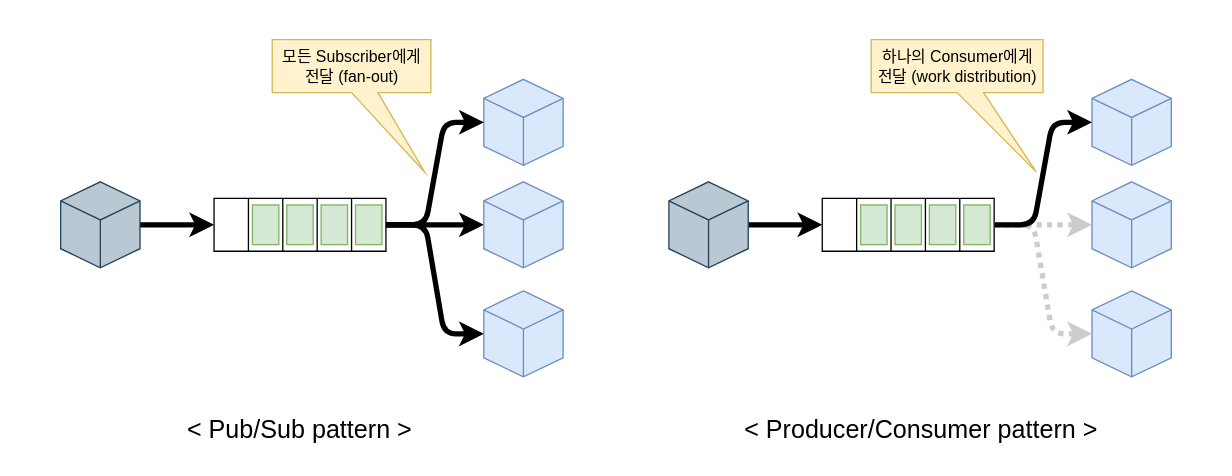
Before: content/전산/공부/Publisher-Subscriber vs. Producer-Consumer.svg, a diagram exported from draw.io (reddiana/reddiana.github.io). Source tidied: cells renumbered, new cells last; positions are measured from the earlier drawing's top-left corner, leaving out a move shared by most shapes. Its diagram source:
```xml
<mxGraphModel background="#B3B3B3">
  <root>
    <mxCell id="0" />
    <mxCell id="1" parent="0" />
    <mxCell id="2" style="rounded=0;whiteSpace=wrap;html=1;strokeColor=none;" parent="1" vertex="1">
      <mxGeometry width="880" height="340" as="geometry" />
    </mxCell>
    <mxCell id="3" style="edgeStyle=entityRelationEdgeStyle;rounded=1;html=1;labelBackgroundColor=default;strokeColor=default;align=center;verticalAlign=middle;fontFamily=Helvetica;fontSize=11;fontColor=default;endArrow=classic;strokeWidth=4;" parent="1" edge="1" source="4" target="15">
      <mxGeometry relative="1" as="geometry" />
    </mxCell>
    <mxCell id="4" style="shape=table;startSize=0;" parent="1" vertex="1">
      <mxGeometry x="136" y="140" width="130" height="40" as="geometry" />
    </mxCell>
    <mxCell id="5" style="shape=tableRow;horizontal=0;startSize=0;swimlaneHead=0;swimlaneBody=0;strokeColor=inherit;top=0;left=0;bottom=0;right=0;fillColor=none;points=[[0,0.5],[1,0.5]];portConstraint=eastwest;" parent="4" vertex="1">
      <mxGeometry width="130" height="40" as="geometry" />
    </mxCell>
    <mxCell id="6" style="shape=partialRectangle;html=1;whiteSpace=wrap;strokeColor=inherit;overflow=hidden;fillColor=none;top=0;left=0;bottom=0;right=0;" parent="5" vertex="1">
      <mxGeometry width="26" height="40" as="geometry" />
    </mxCell>
    <mxCell id="7" style="shape=partialRectangle;html=1;whiteSpace=wrap;strokeColor=inherit;overflow=hidden;fillColor=none;top=0;left=0;bottom=0;right=0;" parent="5" vertex="1">
      <mxGeometry x="26" width="26" height="40" as="geometry" />
    </mxCell>
    <mxCell id="8" style="shape=partialRectangle;html=1;whiteSpace=wrap;strokeColor=inherit;overflow=hidden;fillColor=none;top=0;left=0;bottom=0;right=0;" parent="5" vertex="1">
      <mxGeometry x="52" width="26" height="40" as="geometry" />
    </mxCell>
    <mxCell id="9" style="shape=partialRectangle;html=1;whiteSpace=wrap;strokeColor=inherit;overflow=hidden;fillColor=none;top=0;left=0;bottom=0;right=0;" parent="5" vertex="1">
      <mxGeometry x="78" width="26" height="40" as="geometry" />
    </mxCell>
    <mxCell id="10" style="shape=partialRectangle;html=1;whiteSpace=wrap;strokeColor=inherit;overflow=hidden;fillColor=none;top=0;left=0;bottom=0;right=0;" parent="5" vertex="1">
      <mxGeometry x="104" width="26" height="40" as="geometry" />
    </mxCell>
    <mxCell id="11" style="rounded=0;whiteSpace=wrap;html=1;fillColor=#d5e8d4;strokeColor=#82b366;" parent="1" vertex="1">
      <mxGeometry x="191" y="145" width="20" height="30" as="geometry" />
    </mxCell>
    <mxCell id="12" style="rounded=0;whiteSpace=wrap;html=1;fillColor=#d5e8d4;strokeColor=#82b366;" parent="1" vertex="1">
      <mxGeometry x="217" y="145" width="20" height="30" as="geometry" />
    </mxCell>
    <mxCell id="13" style="rounded=0;whiteSpace=wrap;html=1;fillColor=#d5e8d4;strokeColor=#82b366;" parent="1" vertex="1">
      <mxGeometry x="243" y="145" width="20" height="30" as="geometry" />
    </mxCell>
    <mxCell id="14" style="html=1;whiteSpace=wrap;shape=isoCube2;backgroundOutline=1;isoAngle=15;fillColor=#dae8fc;strokeColor=#6c8ebf;" parent="1" vertex="1">
      <mxGeometry x="340" y="50" width="60" height="65" as="geometry" />
    </mxCell>
    <mxCell id="15" style="html=1;whiteSpace=wrap;shape=isoCube2;backgroundOutline=1;isoAngle=15;fillColor=#dae8fc;strokeColor=#6c8ebf;" parent="1" vertex="1">
      <mxGeometry x="340" y="127.5" width="60" height="65" as="geometry" />
    </mxCell>
    <mxCell id="16" style="html=1;whiteSpace=wrap;shape=isoCube2;backgroundOutline=1;isoAngle=15;fillColor=#dae8fc;strokeColor=#6c8ebf;" parent="1" vertex="1">
      <mxGeometry x="340" y="210" width="60" height="65" as="geometry" />
    </mxCell>
    <mxCell id="17" style="edgeStyle=entityRelationEdgeStyle;html=1;strokeWidth=4;" parent="1" edge="1" source="5" target="14">
      <mxGeometry relative="1" as="geometry" />
    </mxCell>
    <mxCell id="18" style="edgeStyle=entityRelationEdgeStyle;rounded=1;html=1;labelBackgroundColor=default;strokeColor=default;align=center;verticalAlign=middle;fontFamily=Helvetica;fontSize=11;fontColor=default;endArrow=classic;strokeWidth=4;" parent="1" edge="1" source="5" target="16">
      <mxGeometry relative="1" as="geometry" />
    </mxCell>
    <mxCell id="19" style="edgeStyle=entityRelationEdgeStyle;shape=connector;rounded=1;html=1;labelBackgroundColor=default;strokeColor=default;strokeWidth=4;align=center;verticalAlign=middle;fontFamily=Helvetica;fontSize=11;fontColor=default;endArrow=classic;" parent="1" edge="1" source="20" target="5">
      <mxGeometry relative="1" as="geometry" />
    </mxCell>
    <mxCell id="20" style="html=1;whiteSpace=wrap;shape=isoCube2;backgroundOutline=1;isoAngle=15;fillColor=#bac8d3;strokeColor=#23445d;" parent="1" vertex="1">
      <mxGeometry x="20" y="127.5" width="60" height="65" as="geometry" />
    </mxCell>
    <mxCell id="21" style="rounded=0;whiteSpace=wrap;html=1;fillColor=#d5e8d4;strokeColor=#82b366;" parent="1" vertex="1">
      <mxGeometry x="165" y="145" width="20" height="30" as="geometry" />
    </mxCell>
    <mxCell id="22" style="edgeStyle=entityRelationEdgeStyle;rounded=1;html=1;labelBackgroundColor=default;strokeColor=#CCCCCC;align=center;verticalAlign=middle;fontFamily=Helvetica;fontSize=11;fontColor=default;endArrow=classic;strokeWidth=4;fillColor=#d5e8d4;dashed=1;dashPattern=1 1;" parent="1" edge="1" source="23" target="34">
      <mxGeometry relative="1" as="geometry" />
    </mxCell>
    <mxCell id="23" style="shape=table;startSize=0;" parent="1" vertex="1">
      <mxGeometry x="596" y="140" width="130" height="40" as="geometry" />
    </mxCell>
    <mxCell id="24" style="shape=tableRow;horizontal=0;startSize=0;swimlaneHead=0;swimlaneBody=0;strokeColor=inherit;top=0;left=0;bottom=0;right=0;fillColor=none;points=[[0,0.5],[1,0.5]];portConstraint=eastwest;" parent="23" vertex="1">
      <mxGeometry width="130" height="40" as="geometry" />
    </mxCell>
    <mxCell id="25" style="shape=partialRectangle;html=1;whiteSpace=wrap;strokeColor=inherit;overflow=hidden;fillColor=none;top=0;left=0;bottom=0;right=0;" parent="24" vertex="1">
      <mxGeometry width="26" height="40" as="geometry" />
    </mxCell>
    <mxCell id="26" style="shape=partialRectangle;html=1;whiteSpace=wrap;strokeColor=inherit;overflow=hidden;fillColor=none;top=0;left=0;bottom=0;right=0;" parent="24" vertex="1">
      <mxGeometry x="26" width="26" height="40" as="geometry" />
    </mxCell>
    <mxCell id="27" style="shape=partialRectangle;html=1;whiteSpace=wrap;strokeColor=inherit;overflow=hidden;fillColor=none;top=0;left=0;bottom=0;right=0;" parent="24" vertex="1">
      <mxGeometry x="52" width="26" height="40" as="geometry" />
    </mxCell>
    <mxCell id="28" style="shape=partialRectangle;html=1;whiteSpace=wrap;strokeColor=inherit;overflow=hidden;fillColor=none;top=0;left=0;bottom=0;right=0;" parent="24" vertex="1">
      <mxGeometry x="78" width="26" height="40" as="geometry" />
    </mxCell>
    <mxCell id="29" style="shape=partialRectangle;html=1;whiteSpace=wrap;strokeColor=inherit;overflow=hidden;fillColor=none;top=0;left=0;bottom=0;right=0;" parent="24" vertex="1">
      <mxGeometry x="104" width="26" height="40" as="geometry" />
    </mxCell>
    <mxCell id="30" style="rounded=0;whiteSpace=wrap;html=1;fillColor=#d5e8d4;strokeColor=#82b366;" parent="1" vertex="1">
      <mxGeometry x="651" y="145" width="20" height="30" as="geometry" />
    </mxCell>
    <mxCell id="31" style="rounded=0;whiteSpace=wrap;html=1;fillColor=#d5e8d4;strokeColor=#82b366;" parent="1" vertex="1">
      <mxGeometry x="677" y="145" width="20" height="30" as="geometry" />
    </mxCell>
    <mxCell id="32" style="rounded=0;whiteSpace=wrap;html=1;fillColor=#d5e8d4;strokeColor=#82b366;" parent="1" vertex="1">
      <mxGeometry x="703" y="145" width="20" height="30" as="geometry" />
    </mxCell>
    <mxCell id="33" style="html=1;whiteSpace=wrap;shape=isoCube2;backgroundOutline=1;isoAngle=15;fillColor=#dae8fc;strokeColor=#6c8ebf;" parent="1" vertex="1">
      <mxGeometry x="800" y="50" width="60" height="65" as="geometry" />
    </mxCell>
    <mxCell id="34" style="html=1;whiteSpace=wrap;shape=isoCube2;backgroundOutline=1;isoAngle=15;fillColor=#dae8fc;strokeColor=#6c8ebf;" parent="1" vertex="1">
      <mxGeometry x="800" y="127.5" width="60" height="65" as="geometry" />
    </mxCell>
    <mxCell id="35" style="html=1;whiteSpace=wrap;shape=isoCube2;backgroundOutline=1;isoAngle=15;fillColor=#dae8fc;strokeColor=#6c8ebf;" parent="1" vertex="1">
      <mxGeometry x="800" y="210" width="60" height="65" as="geometry" />
    </mxCell>
    <mxCell id="36" style="edgeStyle=entityRelationEdgeStyle;rounded=1;html=1;labelBackgroundColor=default;strokeColor=#CCCCCC;align=center;verticalAlign=middle;fontFamily=Helvetica;fontSize=11;fontColor=default;endArrow=classic;strokeWidth=4;fillColor=#d5e8d4;dashed=1;dashPattern=1 1;" parent="1" edge="1" source="24" target="35">
      <mxGeometry relative="1" as="geometry" />
    </mxCell>
    <mxCell id="37" style="edgeStyle=entityRelationEdgeStyle;shape=connector;rounded=1;html=1;labelBackgroundColor=default;strokeColor=default;strokeWidth=4;align=center;verticalAlign=middle;fontFamily=Helvetica;fontSize=11;fontColor=default;endArrow=classic;" parent="1" edge="1" source="38" target="24">
      <mxGeometry relative="1" as="geometry" />
    </mxCell>
    <mxCell id="38" style="html=1;whiteSpace=wrap;shape=isoCube2;backgroundOutline=1;isoAngle=15;fillColor=#bac8d3;strokeColor=#23445d;" parent="1" vertex="1">
      <mxGeometry x="480" y="127.5" width="60" height="65" as="geometry" />
    </mxCell>
    <mxCell id="39" style="rounded=0;whiteSpace=wrap;html=1;fillColor=#d5e8d4;strokeColor=#82b366;" parent="1" vertex="1">
      <mxGeometry x="625" y="145" width="20" height="30" as="geometry" />
    </mxCell>
    <mxCell id="40" style="edgeStyle=entityRelationEdgeStyle;html=1;strokeWidth=4;" parent="1" edge="1" source="24" target="33">
      <mxGeometry relative="1" as="geometry" />
    </mxCell>
    <mxCell id="41" value="&amp;lt; Pub/Sub pattern &amp;gt;" style="text;html=1;strokeColor=none;fillColor=none;align=center;verticalAlign=middle;rounded=0;fontSize=19;" parent="1" vertex="1">
      <mxGeometry x="100" y="300" width="200" height="30" as="geometry" />
    </mxCell>
    <mxCell id="42" value="&amp;lt; Producer/Consumer pattern &amp;gt;" style="text;html=1;strokeColor=none;fillColor=none;align=center;verticalAlign=middle;rounded=0;fontSize=19;" parent="1" vertex="1">
      <mxGeometry x="570" y="300" width="200" height="30" as="geometry" />
    </mxCell>
    <mxCell id="43" value="모든 Subscriber에게&lt;br&gt;전달 (fan-out)" style="shape=callout;whiteSpace=wrap;html=1;perimeter=calloutPerimeter;position2=0.96;base=20;size=60;position=0.5;fillColor=#fff2cc;strokeColor=#d6b656;" parent="1" vertex="1">
      <mxGeometry x="180" y="20" width="120" height="100" as="geometry" />
    </mxCell>
    <mxCell id="44" value="하나의 Consumer에게&lt;br&gt;전달 (work distribution)" style="shape=callout;whiteSpace=wrap;html=1;perimeter=calloutPerimeter;position2=0.96;base=20;size=60;position=0.5;fillColor=#fff2cc;strokeColor=#d6b656;" parent="1" vertex="1">
      <mxGeometry x="633" y="20" width="130" height="100" as="geometry" />
    </mxCell>
  </root>
</mxGraphModel>
```
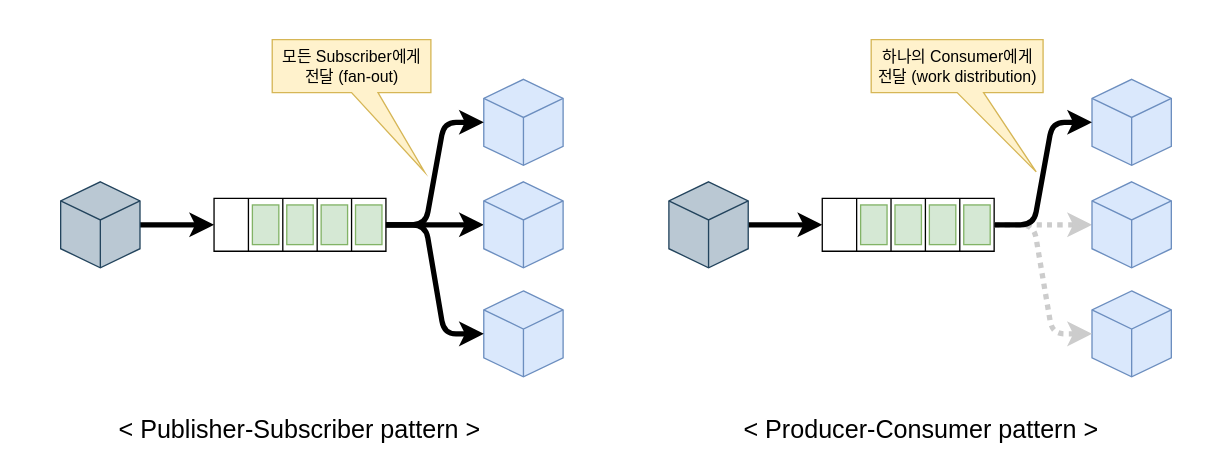
The same diagram one commit later.

Change to the diagram source:
```diff
@@ -119,10 +119,10 @@
     <mxCell id="40" style="edgeStyle=entityRelationEdgeStyle;html=1;strokeWidth=4;" parent="1" edge="1" source="24" target="33">
       <mxGeometry relative="1" as="geometry" />
     </mxCell>
-    <mxCell id="41" value="&amp;lt; Pub/Sub pattern &amp;gt;" style="text;html=1;strokeColor=none;fillColor=none;align=center;verticalAlign=middle;rounded=0;fontSize=19;" parent="1" vertex="1">
+    <mxCell id="41" value="&amp;lt; Publisher-Subscriber pattern &amp;gt;" style="text;html=1;strokeColor=none;fillColor=none;align=center;verticalAlign=middle;rounded=0;fontSize=19;" parent="1" vertex="1">
       <mxGeometry x="100" y="300" width="200" height="30" as="geometry" />
     </mxCell>
-    <mxCell id="42" value="&amp;lt; Producer/Consumer pattern &amp;gt;" style="text;html=1;strokeColor=none;fillColor=none;align=center;verticalAlign=middle;rounded=0;fontSize=19;" parent="1" vertex="1">
+    <mxCell id="42" value="&amp;lt; Producer-Consumer pattern &amp;gt;" style="text;html=1;strokeColor=none;fillColor=none;align=center;verticalAlign=middle;rounded=0;fontSize=19;" parent="1" vertex="1">
       <mxGeometry x="570" y="300" width="200" height="30" as="geometry" />
     </mxCell>
     <mxCell id="43" value="모든 Subscriber에게&lt;br&gt;전달 (fan-out)" style="shape=callout;whiteSpace=wrap;html=1;perimeter=calloutPerimeter;position2=0.96;base=20;size=60;position=0.5;fillColor=#fff2cc;strokeColor=#d6b656;" parent="1" vertex="1">
```
